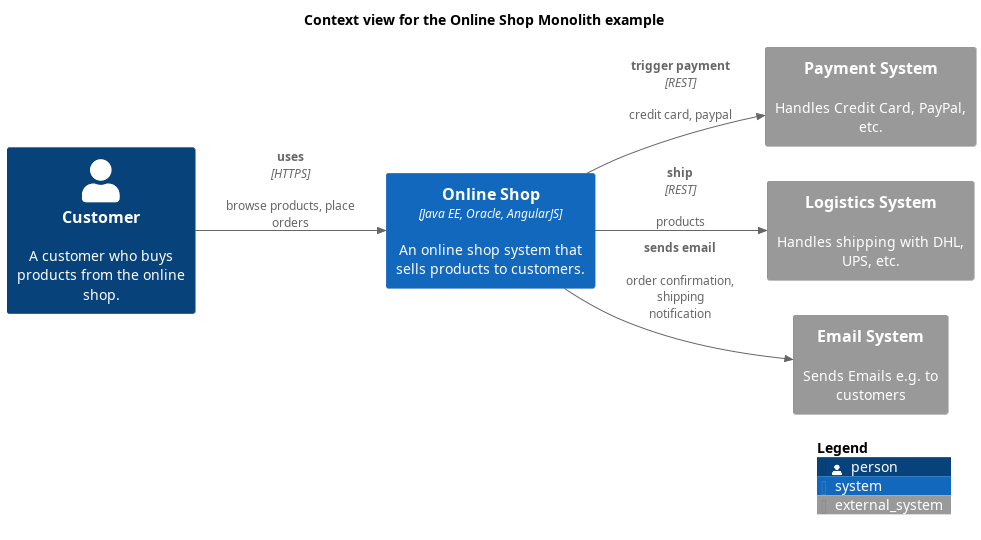
Above: docs/software-development/architecture/example/monolith/context-view.png in lsolbach/overarch-models (PlantUML), before the change.
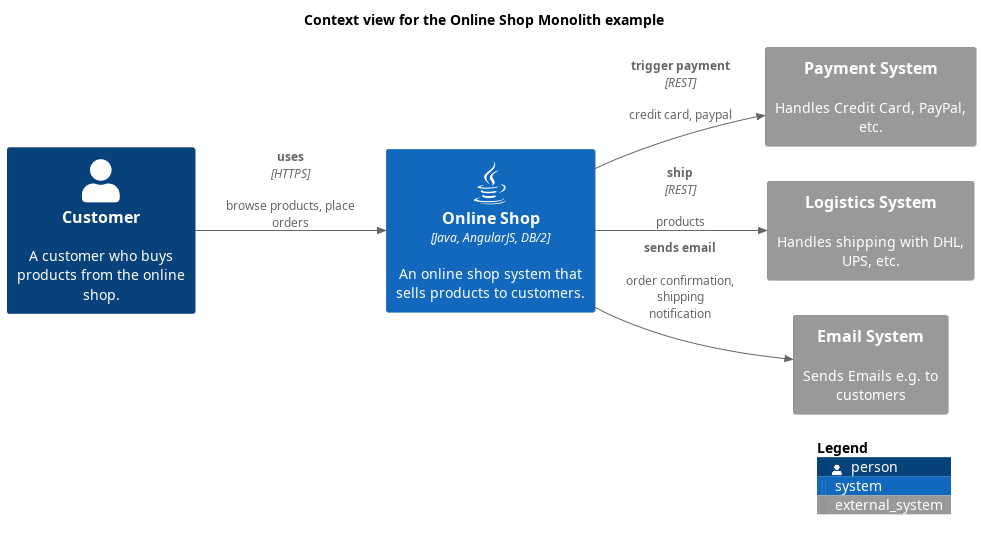
The same file after the commit.

The edit, as a diff of the source:
```diff
@@ -5,7 +5,7 @@
 !include <azure/AzureCommon>
 !include <azure/AzureC4Integration>
 !include <tupadr3/common>
-!include <logos/oracle>
+!include <tupadr3/font-awesome-5/java>
 !include <tupadr3/devicons2/angularjs>
 
 
@@ -15,11 +15,11 @@
 
 
 title Context view for the Online Shop Monolith example
-System(softwareDevelopment_architecture_example_monolith_onlineShopSystem, "Online Shop", $descr="An online shop system that sells products to customers.", $type="Java EE, Oracle, AngularJS")
 Person(softwareDevelopment_architecture_example_monolith_customer, "Customer", $descr="A customer who buys products from the online shop.")
 System_Ext(softwareDevelopment_architecture_example_monolith_paymentSystem, "Payment System", $descr="Handles Credit Card, PayPal, etc.")
 System_Ext(softwareDevelopment_architecture_example_monolith_logisticsSystem, "Logistics System", $descr="Handles shipping with DHL, UPS, etc.")
 System_Ext(softwareDevelopment_architecture_example_monolith_emailSystem, "Email System", $descr="Sends Emails e.g. to customers")
+System(softwareDevelopment_architecture_example_monolith_onlineShopSystem, "Online Shop", $descr="An online shop system that sells products to customers.", $type="Java, AngularJS, DB/2", $sprite="java")
 Rel(softwareDevelopment_architecture_example_monolith_onlineShopSystem, softwareDevelopment_architecture_example_monolith_emailSystem, "sends email", $descr="order confirmation, shipping notification")
 Rel(softwareDevelopment_architecture_example_monolith_customer, softwareDevelopment_architecture_example_monolith_onlineShopSystem, "uses", $descr="browse products, place orders", $techn="HTTPS")
 Rel(softwareDevelopment_architecture_example_monolith_onlineShopSystem, softwareDevelopment_architecture_example_monolith_logisticsSystem, "ship", $descr="products", $techn="REST")
```
